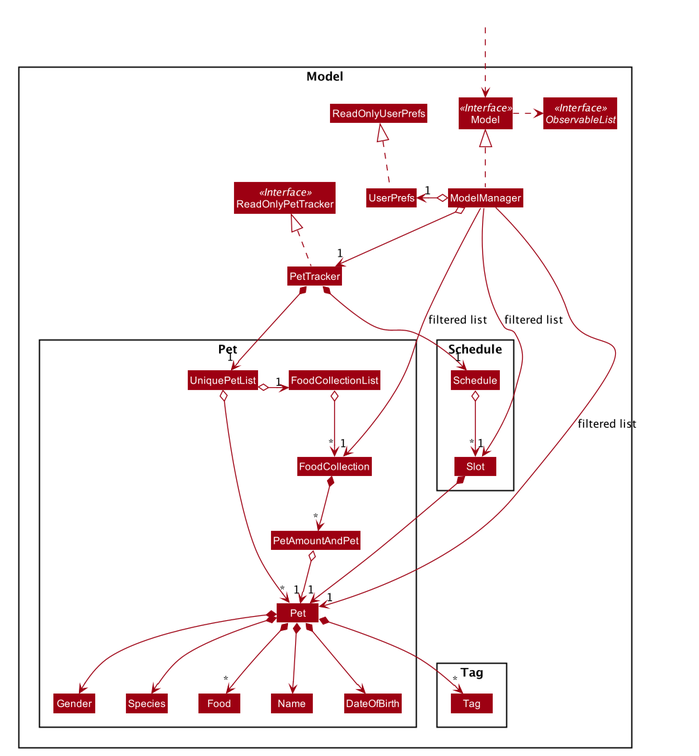
This is docs/images/ModelClassDiagram.png from umaikaze/main, a PlantUML export, as it was before one commit.
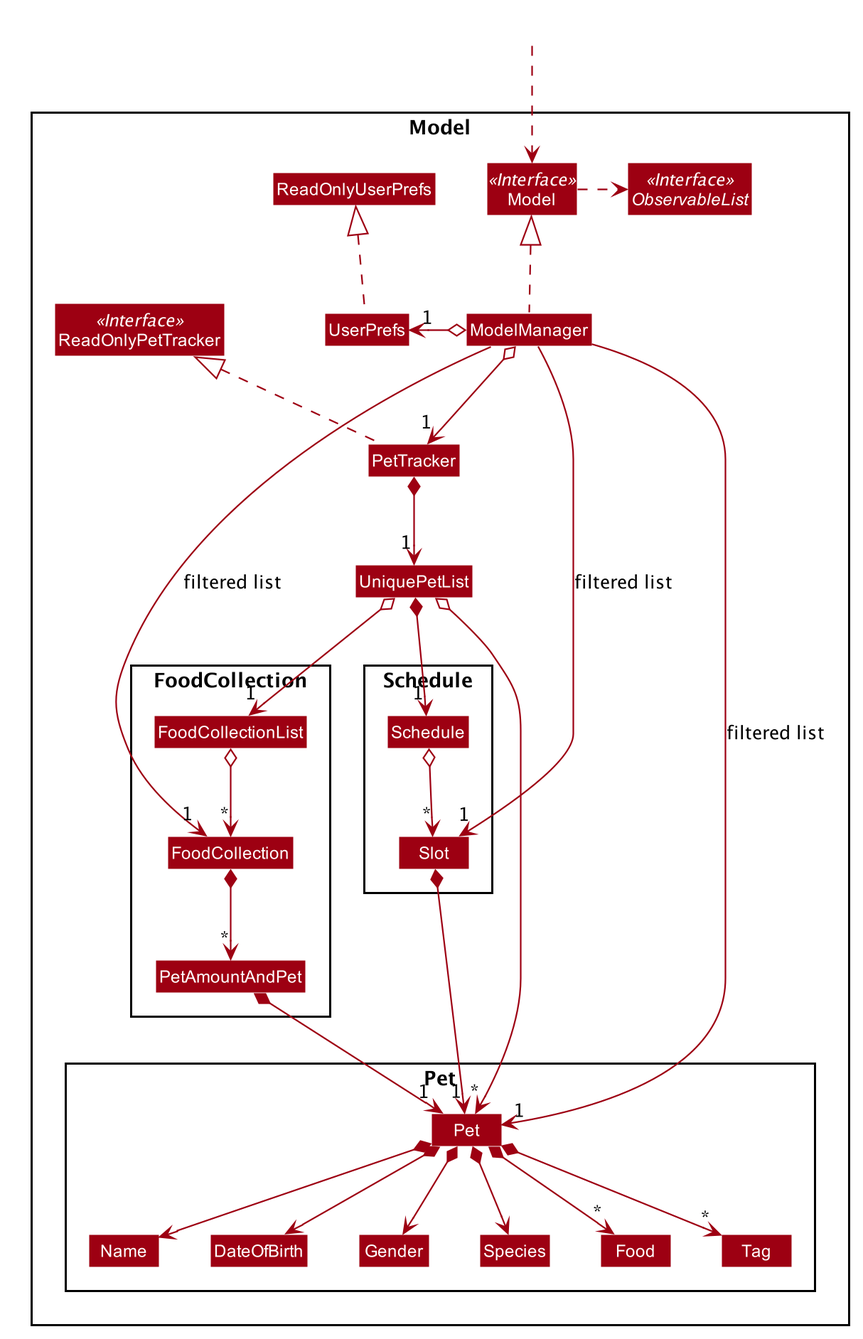
After the commit.

Commit message:
update Model Class Diagram

Diff of the diagram source:
```diff
@@ -51,6 +51,9 @@
 skinparam arrowColor #9D0012
 skinparam classBackgroundColor #9D0012
 
+
+
+
 Package Model <<Rectangle>>{
 Interface ReadOnlyPetTracker <<Interface>>
 Interface Model <<Interface>>
@@ -61,6 +64,8 @@
 Class ModelManager
 Class UserPrefs
 Class ReadOnlyUserPrefs
+Class UniquePetList
+
 
 Package Pet {
 Class Pet
@@ -69,10 +74,8 @@
 Class Gender
 Class Name
 Class Species
-Class UniquePetList
-Class FoodCollection
-Class FoodCollectionList
-Class PetAmountAndPet
+Class Tag
+
 }
 
 Package Schedule {
@@ -80,9 +83,12 @@
 Class Slot
 }
 
-Package Tag {
-Class Tag
+Package FoodCollection {
+Class FoodCollection
+Class FoodCollectionList
+Class PetAmountAndPet
 }
+
 }
 
 Class HiddenOutside #FFFFFF
@@ -101,8 +107,7 @@
 UniquePetList o--> "1" FoodCollectionList
 FoodCollectionList o--> "*" FoodCollection
 FoodCollection *--> "*" PetAmountAndPet
-PetAmountAndPet o--> "1" Pet
-UniquePetList -[hidden]right> FoodCollectionList
+PetAmountAndPet *--> "1" Pet
 
 Pet *--> Name
 Pet *--> Species
@@ -115,7 +120,7 @@
 DateOfBirth -[hidden]right-> Gender
 Species -[hidden]right-> Food
 
-PetTracker *--> "1" Schedule
+UniquePetList *--> "1" Schedule
 Schedule o--> "*" Slot
 Slot *--> "1" Pet
 
```
